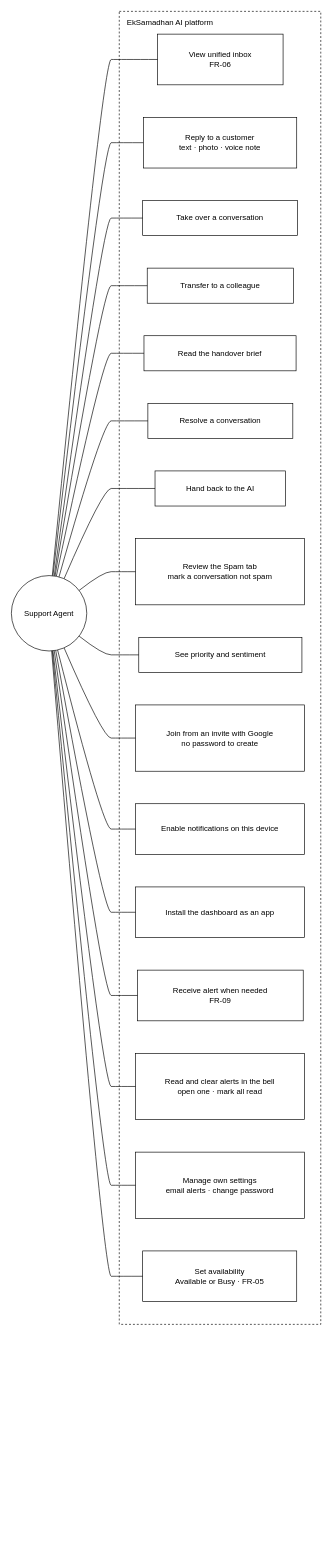
Before: docs/system-design/draw.io/use-case/use-case-support-agent.drawio in SayubShakya/eksamadhan-ai, a draw.io diagram. Source tidied: cells renumbered, new cells numbered last; positions are measured from the earlier drawing's top-left corner, leaving out a move shared by most shapes. Both pictures are drawn from the tidied source at 65%, with x=0, y=0 at pixel (11, 11).
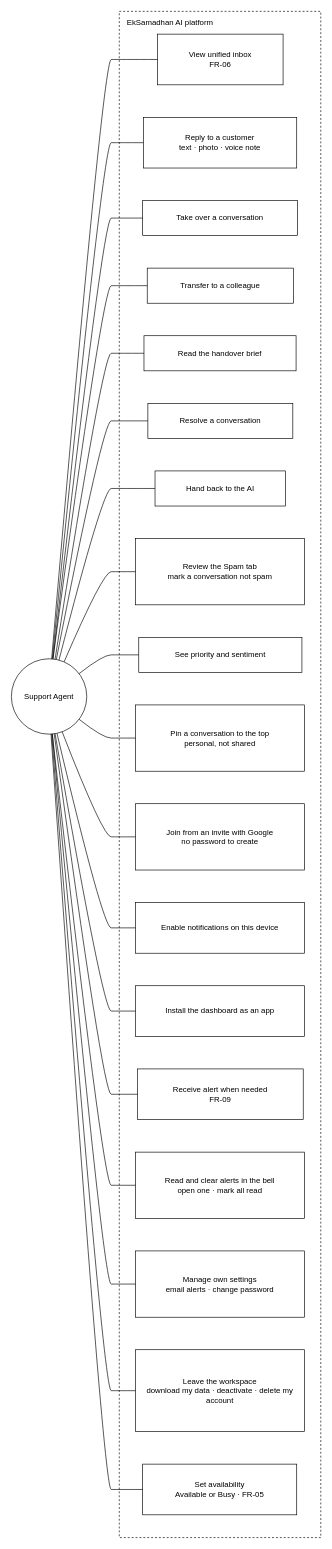
Above is the later version.

The change refers to these unchanged cells:
```xml
<mxCell id="4" value="View unified inbox&lt;br/&gt;FR-06" style="rounded=0;whiteSpace=wrap;html=1;" parent="2" vertex="1">
  <mxGeometry x="59" y="35" width="193" height="78" as="geometry" />
</mxCell>
<mxCell id="5" value="Reply to a customer&lt;br/&gt;text · photo · voice note" style="rounded=0;whiteSpace=wrap;html=1;" parent="2" vertex="1">
  <mxGeometry x="37" y="163" width="236" height="78" as="geometry" />
</mxCell>
<mxCell id="6" value="Take over a conversation" style="rounded=0;whiteSpace=wrap;html=1;" parent="2" vertex="1">
  <mxGeometry x="36" y="291" width="238" height="54" as="geometry" />
</mxCell>
<mxCell id="7" value="Transfer to a colleague" style="rounded=0;whiteSpace=wrap;html=1;" parent="2" vertex="1">
  <mxGeometry x="43" y="395" width="225" height="54" as="geometry" />
</mxCell>
<mxCell id="8" value="Read the handover brief" style="rounded=0;whiteSpace=wrap;html=1;" parent="2" vertex="1">
  <mxGeometry x="38" y="499" width="234" height="54" as="geometry" />
</mxCell>
<mxCell id="9" value="Resolve a conversation" style="rounded=0;whiteSpace=wrap;html=1;" parent="2" vertex="1">
  <mxGeometry x="44" y="603" width="223" height="54" as="geometry" />
</mxCell>
<mxCell id="10" value="Hand back to the AI" style="rounded=0;whiteSpace=wrap;html=1;" parent="2" vertex="1">
  <mxGeometry x="55" y="707" width="201" height="54" as="geometry" />
</mxCell>
<mxCell id="11" value="Review the Spam tab&lt;br/&gt;mark a conversation not spam" style="rounded=0;whiteSpace=wrap;html=1;" parent="2" vertex="1">
  <mxGeometry x="25" y="811" width="260" height="102" as="geometry" />
</mxCell>
<mxCell id="12" value="See priority and sentiment" style="rounded=0;whiteSpace=wrap;html=1;" parent="2" vertex="1">
  <mxGeometry x="30" y="963" width="251" height="54" as="geometry" />
</mxCell>
```

What changed in the source:
```diff
@@
     <mxCell id="2" value="EkSamadhan AI platform" style="rounded=0;whiteSpace=wrap;html=1;dashed=1;fillColor=none;verticalAlign=top;align=left;spacingLeft=10;spacingTop=4;" parent="1" vertex="1">
-      <mxGeometry x="166" width="310" height="2020" as="geometry" />
+      <mxGeometry x="166" width="310" height="2348" as="geometry" />
     </mxCell>
     <mxCell id="3" value="Support Agent" style="ellipse;whiteSpace=wrap;html=1;" parent="1" vertex="1">
-      <mxGeometry y="868" width="116" height="116" as="geometry" />
+      <mxGeometry y="996" width="116" height="116" as="geometry" />
     </mxCell>
@@
+    <mxCell id="36" value="Pin a conversation to the top&lt;br/&gt;personal, not shared" style="rounded=0;whiteSpace=wrap;html=1;" parent="2" vertex="1">
+      <mxGeometry x="25" y="1067" width="260" height="102" as="geometry" />
+    </mxCell>
     <mxCell id="13" value="Join from an invite with Google&lt;br/&gt;no password to create" style="rounded=0;whiteSpace=wrap;html=1;" parent="2" vertex="1">
-      <mxGeometry x="25" y="1067" width="260" height="102" as="geometry" />
+      <mxGeometry x="25" y="1219" width="260" height="102" as="geometry" />
     </mxCell>
     <mxCell id="14" value="Enable notifications on this device" style="rounded=0;whiteSpace=wrap;html=1;" parent="2" vertex="1">
-      <mxGeometry x="25" y="1219" width="260" height="78" as="geometry" />
+      <mxGeometry x="25" y="1371" width="260" height="78" as="geometry" />
     </mxCell>
     <mxCell id="15" value="Install the dashboard as an app" style="rounded=0;whiteSpace=wrap;html=1;" parent="2" vertex="1">
-      <mxGeometry x="25" y="1347" width="260" height="78" as="geometry" />
+      <mxGeometry x="25" y="1499" width="260" height="78" as="geometry" />
     </mxCell>
     <mxCell id="16" value="Receive alert when needed&lt;br/&gt;FR-09" style="rounded=0;whiteSpace=wrap;html=1;" parent="2" vertex="1">
-      <mxGeometry x="28" y="1475" width="255" height="78" as="geometry" />
+      <mxGeometry x="28" y="1627" width="255" height="78" as="geometry" />
     </mxCell>
     <mxCell id="17" value="Read and clear alerts in the bell&lt;br/&gt;open one · mark all read" style="rounded=0;whiteSpace=wrap;html=1;" parent="2" vertex="1">
-      <mxGeometry x="25" y="1603" width="260" height="102" as="geometry" />
+      <mxGeometry x="25" y="1755" width="260" height="102" as="geometry" />
     </mxCell>
     <mxCell id="18" value="Manage own settings&lt;br/&gt;email alerts · change password" style="rounded=0;whiteSpace=wrap;html=1;" parent="2" vertex="1">
-      <mxGeometry x="25" y="1755" width="260" height="102" as="geometry" />
+      <mxGeometry x="25" y="1907" width="260" height="102" as="geometry" />
     </mxCell>
+    <mxCell id="37" value="Leave the workspace&lt;br/&gt;download my data · deactivate · delete my account" style="rounded=0;whiteSpace=wrap;html=1;" parent="2" vertex="1">
+      <mxGeometry x="25" y="2059" width="260" height="126" as="geometry" />
+    </mxCell>
     <mxCell id="19" value="Set availability&lt;br/&gt;Available or Busy · FR-05" style="rounded=0;whiteSpace=wrap;html=1;" parent="2" vertex="1">
-      <mxGeometry x="36" y="1907" width="237" height="78" as="geometry" />
+      <mxGeometry x="36" y="2235" width="237" height="78" as="geometry" />
     </mxCell>
-    <mxCell id="20" style="edgeStyle=none;curved=1;html=1;endArrow=none;exitX=0.55;exitY=0.00;exitDx=0;exitDy=0;entryX=0.00;entryY=0.50;entryDx=0;entryDy=0;" parent="1" edge="1" source="3" target="4">
+    <mxCell id="20" style="edgeStyle=none;curved=1;html=1;endArrow=none;exitX=0.54;exitY=0.00;exitDx=0;exitDy=0;entryX=0.00;entryY=0.50;entryDx=0;entryDy=0;" parent="1" edge="1" source="3" target="4">
       <mxGeometry relative="1" as="geometry">
         <Array as="points">
           <mxPoint x="141" y="74" />
           <mxPoint x="166" y="74" />
         </Array>
       </mxGeometry>
     </mxCell>
-    <mxCell id="21" style="edgeStyle=none;curved=1;html=1;endArrow=none;exitX=0.56;exitY=0.00;exitDx=0;exitDy=0;entryX=0.00;entryY=0.50;entryDx=0;entryDy=0;" parent="1" edge="1" source="3" target="5">
+    <mxCell id="21" style="edgeStyle=none;curved=1;html=1;endArrow=none;exitX=0.55;exitY=0.00;exitDx=0;exitDy=0;entryX=0.00;entryY=0.50;entryDx=0;entryDy=0;" parent="1" edge="1" source="3" target="5">
       <mxGeometry relative="1" as="geometry">
         <Array as="points">
           <mxPoint x="141" y="202" />
           <mxPoint x="166" y="202" />
         </Array>
       </mxGeometry>
     </mxCell>
-    <mxCell id="22" style="edgeStyle=none;curved=1;html=1;endArrow=none;exitX=0.57;exitY=0.00;exitDx=0;exitDy=0;entryX=0.00;entryY=0.50;entryDx=0;entryDy=0;" parent="1" edge="1" source="3" target="6">
+    <mxCell id="22" style="edgeStyle=none;curved=1;html=1;endArrow=none;exitX=0.56;exitY=0.00;exitDx=0;exitDy=0;entryX=0.00;entryY=0.50;entryDx=0;entryDy=0;" parent="1" edge="1" source="3" target="6">
       <mxGeometry relative="1" as="geometry">
         <Array as="points">
           <mxPoint x="141" y="318" />
           <mxPoint x="166" y="318" />
         </Array>
       </mxGeometry>
     </mxCell>
-    <mxCell id="23" style="edgeStyle=none;curved=1;html=1;endArrow=none;exitX=0.58;exitY=0.01;exitDx=0;exitDy=0;entryX=0.00;entryY=0.50;entryDx=0;entryDy=0;" parent="1" edge="1" source="3" target="7">
+    <mxCell id="23" style="edgeStyle=none;curved=1;html=1;endArrow=none;exitX=0.56;exitY=0.00;exitDx=0;exitDy=0;entryX=0.00;entryY=0.50;entryDx=0;entryDy=0;" parent="1" edge="1" source="3" target="7">
       <mxGeometry relative="1" as="geometry">
         <Array as="points">
           <mxPoint x="141" y="422" />
           <mxPoint x="166" y="422" />
         </Array>
       </mxGeometry>
     </mxCell>
-    <mxCell id="24" style="edgeStyle=none;curved=1;html=1;endArrow=none;exitX=0.60;exitY=0.01;exitDx=0;exitDy=0;entryX=0.00;entryY=0.50;entryDx=0;entryDy=0;" parent="1" edge="1" source="3" target="8">
+    <mxCell id="24" style="edgeStyle=none;curved=1;html=1;endArrow=none;exitX=0.58;exitY=0.01;exitDx=0;exitDy=0;entryX=0.00;entryY=0.50;entryDx=0;entryDy=0;" parent="1" edge="1" source="3" target="8">
       <mxGeometry relative="1" as="geometry">
         <Array as="points">
           <mxPoint x="141" y="526" />
           <mxPoint x="166" y="526" />
         </Array>
       </mxGeometry>
     </mxCell>
-    <mxCell id="25" style="edgeStyle=none;curved=1;html=1;endArrow=none;exitX=0.63;exitY=0.02;exitDx=0;exitDy=0;entryX=0.00;entryY=0.50;entryDx=0;entryDy=0;" parent="1" edge="1" source="3" target="9">
+    <mxCell id="25" style="edgeStyle=none;curved=1;html=1;endArrow=none;exitX=0.60;exitY=0.01;exitDx=0;exitDy=0;entryX=0.00;entryY=0.50;entryDx=0;entryDy=0;" parent="1" edge="1" source="3" target="9">
       <mxGeometry relative="1" as="geometry">
         <Array as="points">
           <mxPoint x="141" y="630" />
           <mxPoint x="166" y="630" />
         </Array>
       </mxGeometry>
     </mxCell>
-    <mxCell id="26" style="edgeStyle=none;curved=1;html=1;endArrow=none;exitX=0.70;exitY=0.04;exitDx=0;exitDy=0;entryX=0.00;entryY=0.50;entryDx=0;entryDy=0;" parent="1" edge="1" source="3" target="10">
+    <mxCell id="26" style="edgeStyle=none;curved=1;html=1;endArrow=none;exitX=0.63;exitY=0.02;exitDx=0;exitDy=0;entryX=0.00;entryY=0.50;entryDx=0;entryDy=0;" parent="1" edge="1" source="3" target="10">
       <mxGeometry relative="1" as="geometry">
         <Array as="points">
           <mxPoint x="141" y="734" />
           <mxPoint x="166" y="734" />
         </Array>
       </mxGeometry>
     </mxCell>
-    <mxCell id="27" style="edgeStyle=none;curved=1;html=1;endArrow=none;exitX=0.90;exitY=0.19;exitDx=0;exitDy=0;entryX=0.00;entryY=0.50;entryDx=0;entryDy=0;" parent="1" edge="1" source="3" target="11">
+    <mxCell id="27" style="edgeStyle=none;curved=1;html=1;endArrow=none;exitX=0.70;exitY=0.04;exitDx=0;exitDy=0;entryX=0.00;entryY=0.50;entryDx=0;entryDy=0;" parent="1" edge="1" source="3" target="11">
       <mxGeometry relative="1" as="geometry">
         <Array as="points">
           <mxPoint x="141" y="862" />
           <mxPoint x="166" y="862" />
         </Array>
       </mxGeometry>
     </mxCell>
-    <mxCell id="28" style="edgeStyle=none;curved=1;html=1;endArrow=none;exitX=0.90;exitY=0.81;exitDx=0;exitDy=0;entryX=0.00;entryY=0.50;entryDx=0;entryDy=0;" parent="1" edge="1" source="3" target="12">
+    <mxCell id="28" style="edgeStyle=none;curved=1;html=1;endArrow=none;exitX=0.90;exitY=0.19;exitDx=0;exitDy=0;entryX=0.00;entryY=0.50;entryDx=0;entryDy=0;" parent="1" edge="1" source="3" target="12">
       <mxGeometry relative="1" as="geometry">
         <Array as="points">
           <mxPoint x="141" y="990" />
           <mxPoint x="166" y="990" />
         </Array>
       </mxGeometry>
     </mxCell>
-    <mxCell id="29" style="edgeStyle=none;curved=1;html=1;endArrow=none;exitX=0.70;exitY=0.96;exitDx=0;exitDy=0;entryX=0.00;entryY=0.50;entryDx=0;entryDy=0;" parent="1" edge="1" source="3" target="13">
+    <mxCell id="29" style="edgeStyle=none;curved=1;html=1;endArrow=none;exitX=0.68;exitY=0.97;exitDx=0;exitDy=0;entryX=0.00;entryY=0.50;entryDx=0;entryDy=0;" parent="1" edge="1" source="3" target="13">
       <mxGeometry relative="1" as="geometry">
         <Array as="points">
-          <mxPoint x="141" y="1118" />
-          <mxPoint x="166" y="1118" />
+          <mxPoint x="141" y="1270" />
+          <mxPoint x="166" y="1270" />
         </Array>
       </mxGeometry>
     </mxCell>
-    <mxCell id="30" style="edgeStyle=none;curved=1;html=1;endArrow=none;exitX=0.62;exitY=0.99;exitDx=0;exitDy=0;entryX=0.00;entryY=0.50;entryDx=0;entryDy=0;" parent="1" edge="1" source="3" target="14">
+    <mxCell id="30" style="edgeStyle=none;curved=1;html=1;endArrow=none;exitX=0.61;exitY=0.99;exitDx=0;exitDy=0;entryX=0.00;entryY=0.50;entryDx=0;entryDy=0;" parent="1" edge="1" source="3" target="14">
       <mxGeometry relative="1" as="geometry">
         <Array as="points">
-          <mxPoint x="141" y="1258" />
-          <mxPoint x="166" y="1258" />
+          <mxPoint x="141" y="1410" />
+          <mxPoint x="166" y="1410" />
         </Array>
       </mxGeometry>
     </mxCell>
-    <mxCell id="31" style="edgeStyle=none;curved=1;html=1;endArrow=none;exitX=0.59;exitY=0.99;exitDx=0;exitDy=0;entryX=0.00;entryY=0.50;entryDx=0;entryDy=0;" parent="1" edge="1" source="3" target="15">
+    <mxCell id="31" style="edgeStyle=none;curved=1;html=1;endArrow=none;exitX=0.58;exitY=0.99;exitDx=0;exitDy=0;entryX=0.00;entryY=0.50;entryDx=0;entryDy=0;" parent="1" edge="1" source="3" target="15">
       <mxGeometry relative="1" as="geometry">
         <Array as="points">
-          <mxPoint x="141" y="1386" />
-          <mxPoint x="166" y="1386" />
+          <mxPoint x="141" y="1538" />
+          <mxPoint x="166" y="1538" />
         </Array>
       </mxGeometry>
     </mxCell>
     <mxCell id="32" style="edgeStyle=none;curved=1;html=1;endArrow=none;exitX=0.57;exitY=1.00;exitDx=0;exitDy=0;entryX=0.00;entryY=0.50;entryDx=0;entryDy=0;" parent="1" edge="1" source="3" target="16">
       <mxGeometry relative="1" as="geometry">
         <Array as="points">
-          <mxPoint x="141" y="1514" />
-          <mxPoint x="166" y="1514" />
+          <mxPoint x="141" y="1666" />
+          <mxPoint x="166" y="1666" />
         </Array>
       </mxGeometry>
     </mxCell>
-    <mxCell id="33" style="edgeStyle=none;curved=1;html=1;endArrow=none;exitX=0.56;exitY=1.00;exitDx=0;exitDy=0;entryX=0.00;entryY=0.50;entryDx=0;entryDy=0;" parent="1" edge="1" source="3" target="17">
+    <mxCell id="33" style="edgeStyle=none;curved=1;html=1;endArrow=none;exitX=0.55;exitY=1.00;exitDx=0;exitDy=0;entryX=0.00;entryY=0.50;entryDx=0;entryDy=0;" parent="1" edge="1" source="3" target="17">
       <mxGeometry relative="1" as="geometry">
         <Array as="points">
-          <mxPoint x="141" y="1654" />
-          <mxPoint x="166" y="1654" />
+          <mxPoint x="141" y="1806" />
+          <mxPoint x="166" y="1806" />
         </Array>
       </mxGeometry>
     </mxCell>
     <mxCell id="34" style="edgeStyle=none;curved=1;html=1;endArrow=none;exitX=0.55;exitY=1.00;exitDx=0;exitDy=0;entryX=0.00;entryY=0.50;entryDx=0;entryDy=0;" parent="1" edge="1" source="3" target="18">
       <mxGeometry relative="1" as="geometry">
         <Array as="points">
-          <mxPoint x="141" y="1806" />
-          <mxPoint x="166" y="1806" />
+          <mxPoint x="141" y="1958" />
+          <mxPoint x="166" y="1958" />
         </Array>
       </mxGeometry>
     </mxCell>
-    <mxCell id="35" style="edgeStyle=none;curved=1;html=1;endArrow=none;exitX=0.54;exitY=1.00;exitDx=0;exitDy=0;entryX=0.00;entryY=0.50;entryDx=0;entryDy=0;" parent="1" edge="1" source="3" target="19">
+    <mxCell id="35" style="edgeStyle=none;curved=1;html=1;endArrow=none;exitX=0.54;exitY=1.00;exitDx=0;exitDy=0;entryX=0.00;entryY=0.50;entryDx=0;entryDy=0;" parent="1" edge="1" source="3" target="37">
       <mxGeometry relative="1" as="geometry">
         <Array as="points">
-          <mxPoint x="141" y="1946" />
-          <mxPoint x="166" y="1946" />
+          <mxPoint x="141" y="2122" />
+          <mxPoint x="166" y="2122" />
         </Array>
       </mxGeometry>
     </mxCell>
+    <mxCell id="38" style="edgeStyle=none;curved=1;html=1;endArrow=none;exitX=0.90;exitY=0.81;exitDx=0;exitDy=0;entryX=0.00;entryY=0.50;entryDx=0;entryDy=0;" parent="1" edge="1" source="3" target="36">
+      <mxGeometry relative="1" as="geometry">
+        <Array as="points">
+          <mxPoint x="141" y="1118" />
+          <mxPoint x="166" y="1118" />
+        </Array>
+      </mxGeometry>
+    </mxCell>
+    <mxCell id="39" style="edgeStyle=none;curved=1;html=1;endArrow=none;exitX=0.53;exitY=1.00;exitDx=0;exitDy=0;entryX=0.00;entryY=0.50;entryDx=0;entryDy=0;" parent="1" edge="1" source="3" target="19">
+      <mxGeometry relative="1" as="geometry">
+        <Array as="points">
+          <mxPoint x="141" y="2274" />
+          <mxPoint x="166" y="2274" />
+        </Array>
+      </mxGeometry>
+    </mxCell>
```
